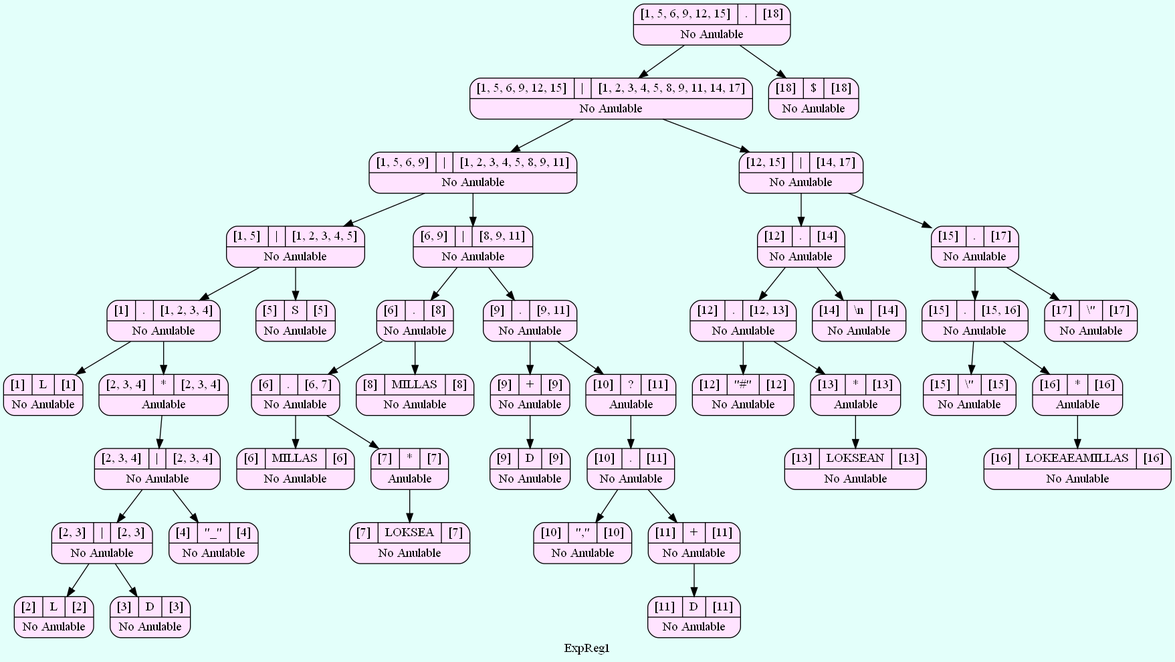
SergieArizandieta/OLC1-P1-202000119 keeps this Graphviz diagram as ARBOLES_202000119/Arbol_ExpReg1.png. Above is the earlier version. Its source is kept beside it as ARBOLES_202000119/Arbol_ExpReg1.dot. Its diagram source:
```dot
digraph structs {
  bgcolor = "#E3FFFA"
   node [shape=Mrecord fillcolor="#FFE3FF" style =filled];
label ="ExpReg1"
    struct1580161038    [label="{{[1, 5, 6, 9, 12, 15]|<here>.|[18]}|No Anulable}"];
    struct1580161038-> struct647659707
    struct647659707    [label="{{[1, 5, 6, 9, 12, 15]|<here>\||[1, 2, 3, 4, 5, 8, 9, 11, 14, 17]}|No Anulable}"];
    struct647659707-> struct775614227
    struct775614227    [label="{{[1, 5, 6, 9]|<here>\||[1, 2, 3, 4, 5, 8, 9, 11]}|No Anulable}"];
    struct775614227-> struct704249877
    struct704249877    [label="{{[1, 5]|<here>\||[1, 2, 3, 4, 5]}|No Anulable}"];
    struct704249877-> struct229753356
    struct229753356    [label="{{[1]|<here>.|[1, 2, 3, 4]}|No Anulable}"];
    struct229753356-> struct2145129561
    struct2145129561    [label="{{[1]|<here>L|[1]}|No Anulable}"];
    struct229753356-> struct107425478
    struct107425478    [label="{{[2, 3, 4]|<here>*|[2, 3, 4]}|Anulable}"];
    struct107425478-> struct2137287863
    struct2137287863    [label="{{[2, 3, 4]|<here>\||[2, 3, 4]}|No Anulable}"];
    struct2137287863-> struct2093375733
    struct2093375733    [label="{{[2, 3]|<here>\||[2, 3]}|No Anulable}"];
    struct2093375733-> struct1663553000
    struct1663553000    [label="{{[2]|<here>L|[2]}|No Anulable}"];
    struct2093375733-> struct1552539220
    struct1552539220    [label="{{[3]|<here>D|[3]}|No Anulable}"];
    struct2137287863-> struct13893798
    struct13893798    [label="{{[4]|<here>\"_\"|[4]}|No Anulable}"];
    struct704249877-> struct1331300737
    struct1331300737    [label="{{[5]|<here>S|[5]}|No Anulable}"];
    struct775614227-> struct315606287
    struct315606287    [label="{{[6, 9]|<here>\||[8, 9, 11]}|No Anulable}"];
    struct315606287-> struct10932860
    struct10932860    [label="{{[6]|<here>.|[8]}|No Anulable}"];
    struct10932860-> struct550970366
    struct550970366    [label="{{[6]|<here>.|[6, 7]}|No Anulable}"];
    struct550970366-> struct1063137380
    struct1063137380    [label="{{[6]|<here>MILLAS|[6]}|No Anulable}"];
    struct550970366-> struct1398111549
    struct1398111549    [label="{{[7]|<here>*|[7]}|Anulable}"];
    struct1398111549-> struct1708552217
    struct1708552217    [label="{{[7]|<here>LOKSEA|[7]}|No Anulable}"];
    struct10932860-> struct2089252750
    struct2089252750    [label="{{[8]|<here>MILLAS|[8]}|No Anulable}"];
    struct315606287-> struct840217962
    struct840217962    [label="{{[9]|<here>.|[9, 11]}|No Anulable}"];
    struct840217962-> struct1246796416
    struct1246796416    [label="{{[9]|<here>+|[9]}|No Anulable}"];
    struct1246796416-> struct475032939
    struct475032939    [label="{{[9]|<here>D|[9]}|No Anulable}"];
    struct840217962-> struct1529627240
    struct1529627240    [label="{{[10]|<here>?|[11]}|Anulable}"];
    struct1529627240-> struct1275331458
    struct1275331458    [label="{{[10]|<here>.|[11]}|No Anulable}"];
    struct1275331458-> struct47059992
    struct47059992    [label="{{[10]|<here>\",\"|[10]}|No Anulable}"];
    struct1275331458-> struct501881375
    struct501881375    [label="{{[11]|<here>+|[11]}|No Anulable}"];
    struct501881375-> struct611067080
    struct611067080    [label="{{[11]|<here>D|[11]}|No Anulable}"];
    struct647659707-> struct1209547732
    struct1209547732    [label="{{[12, 15]|<here>\||[14, 17]}|No Anulable}"];
    struct1209547732-> struct973379611
    struct973379611    [label="{{[12]|<here>.|[14]}|No Anulable}"];
    struct973379611-> struct2004047782
    struct2004047782    [label="{{[12]|<here>.|[12, 13]}|No Anulable}"];
    struct2004047782-> struct855402468
    struct855402468    [label="{{[12]|<here>\"#\"|[12]}|No Anulable}"];
    struct2004047782-> struct993213684
    struct993213684    [label="{{[13]|<here>*|[13]}|Anulable}"];
    struct993213684-> struct627687369
    struct627687369    [label="{{[13]|<here>LOKSEAN|[13]}|No Anulable}"];
    struct973379611-> struct1221198501
    struct1221198501    [label="{{[14]|<here>\\n|[14]}|No Anulable}"];
    struct1209547732-> struct433626911
    struct433626911    [label="{{[15]|<here>.|[17]}|No Anulable}"];
    struct433626911-> struct1001313356
    struct1001313356    [label="{{[15]|<here>.|[15, 16]}|No Anulable}"];
    struct1001313356-> struct1406247687
    struct1406247687    [label="{{[15]|<here>\\\"|[15]}|No Anulable}"];
    struct1001313356-> struct1268145394
    struct1268145394    [label="{{[16]|<here>*|[16]}|Anulable}"];
    struct1268145394-> struct376111864
    struct376111864    [label="{{[16]|<here>LOKEAEAMILLAS|[16]}|No Anulable}"];
    struct433626911-> struct1537915085
    struct1537915085    [label="{{[17]|<here>\\\"|[17]}|No Anulable}"];
    struct1580161038-> struct96334116
    struct96334116    [label="{{[18]|<here>$|[18]}|No Anulable}"];

}
```
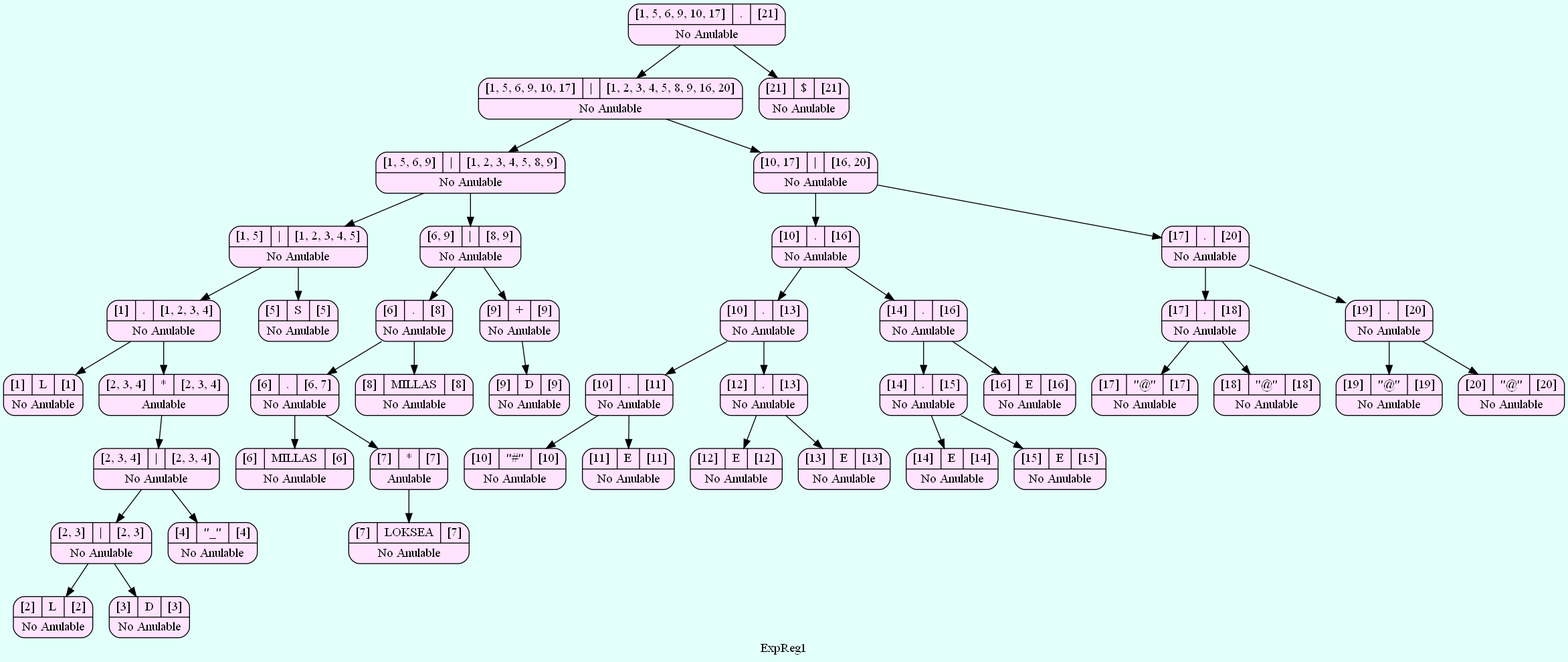
Later version of the same file.

The edit, as a diff of the source:
```diff
@@ -2,88 +2,92 @@
   bgcolor = "#E3FFFA"
    node [shape=Mrecord fillcolor="#FFE3FF" style =filled];
 label ="ExpReg1"
-    struct1580161038    [label="{{[1, 5, 6, 9, 12, 15]|<here>.|[18]}|No Anulable}"];
-    struct1580161038-> struct647659707
-    struct647659707    [label="{{[1, 5, 6, 9, 12, 15]|<here>\||[1, 2, 3, 4, 5, 8, 9, 11, 14, 17]}|No Anulable}"];
-    struct647659707-> struct775614227
-    struct775614227    [label="{{[1, 5, 6, 9]|<here>\||[1, 2, 3, 4, 5, 8, 9, 11]}|No Anulable}"];
-    struct775614227-> struct704249877
-    struct704249877    [label="{{[1, 5]|<here>\||[1, 2, 3, 4, 5]}|No Anulable}"];
-    struct704249877-> struct229753356
-    struct229753356    [label="{{[1]|<here>.|[1, 2, 3, 4]}|No Anulable}"];
-    struct229753356-> struct2145129561
-    struct2145129561    [label="{{[1]|<here>L|[1]}|No Anulable}"];
-    struct229753356-> struct107425478
-    struct107425478    [label="{{[2, 3, 4]|<here>*|[2, 3, 4]}|Anulable}"];
-    struct107425478-> struct2137287863
-    struct2137287863    [label="{{[2, 3, 4]|<here>\||[2, 3, 4]}|No Anulable}"];
-    struct2137287863-> struct2093375733
-    struct2093375733    [label="{{[2, 3]|<here>\||[2, 3]}|No Anulable}"];
-    struct2093375733-> struct1663553000
-    struct1663553000    [label="{{[2]|<here>L|[2]}|No Anulable}"];
-    struct2093375733-> struct1552539220
-    struct1552539220    [label="{{[3]|<here>D|[3]}|No Anulable}"];
-    struct2137287863-> struct13893798
-    struct13893798    [label="{{[4]|<here>\"_\"|[4]}|No Anulable}"];
-    struct704249877-> struct1331300737
-    struct1331300737    [label="{{[5]|<here>S|[5]}|No Anulable}"];
-    struct775614227-> struct315606287
-    struct315606287    [label="{{[6, 9]|<here>\||[8, 9, 11]}|No Anulable}"];
-    struct315606287-> struct10932860
-    struct10932860    [label="{{[6]|<here>.|[8]}|No Anulable}"];
-    struct10932860-> struct550970366
-    struct550970366    [label="{{[6]|<here>.|[6, 7]}|No Anulable}"];
-    struct550970366-> struct1063137380
-    struct1063137380    [label="{{[6]|<here>MILLAS|[6]}|No Anulable}"];
-    struct550970366-> struct1398111549
-    struct1398111549    [label="{{[7]|<here>*|[7]}|Anulable}"];
-    struct1398111549-> struct1708552217
-    struct1708552217    [label="{{[7]|<here>LOKSEA|[7]}|No Anulable}"];
-    struct10932860-> struct2089252750
-    struct2089252750    [label="{{[8]|<here>MILLAS|[8]}|No Anulable}"];
-    struct315606287-> struct840217962
-    struct840217962    [label="{{[9]|<here>.|[9, 11]}|No Anulable}"];
-    struct840217962-> struct1246796416
-    struct1246796416    [label="{{[9]|<here>+|[9]}|No Anulable}"];
-    struct1246796416-> struct475032939
-    struct475032939    [label="{{[9]|<here>D|[9]}|No Anulable}"];
-    struct840217962-> struct1529627240
-    struct1529627240    [label="{{[10]|<here>?|[11]}|Anulable}"];
-    struct1529627240-> struct1275331458
-    struct1275331458    [label="{{[10]|<here>.|[11]}|No Anulable}"];
-    struct1275331458-> struct47059992
-    struct47059992    [label="{{[10]|<here>\",\"|[10]}|No Anulable}"];
-    struct1275331458-> struct501881375
-    struct501881375    [label="{{[11]|<here>+|[11]}|No Anulable}"];
-    struct501881375-> struct611067080
-    struct611067080    [label="{{[11]|<here>D|[11]}|No Anulable}"];
-    struct647659707-> struct1209547732
-    struct1209547732    [label="{{[12, 15]|<here>\||[14, 17]}|No Anulable}"];
-    struct1209547732-> struct973379611
-    struct973379611    [label="{{[12]|<here>.|[14]}|No Anulable}"];
-    struct973379611-> struct2004047782
-    struct2004047782    [label="{{[12]|<here>.|[12, 13]}|No Anulable}"];
-    struct2004047782-> struct855402468
-    struct855402468    [label="{{[12]|<here>\"#\"|[12]}|No Anulable}"];
-    struct2004047782-> struct993213684
-    struct993213684    [label="{{[13]|<here>*|[13]}|Anulable}"];
-    struct993213684-> struct627687369
-    struct627687369    [label="{{[13]|<here>LOKSEAN|[13]}|No Anulable}"];
-    struct973379611-> struct1221198501
-    struct1221198501    [label="{{[14]|<here>\\n|[14]}|No Anulable}"];
-    struct1209547732-> struct433626911
-    struct433626911    [label="{{[15]|<here>.|[17]}|No Anulable}"];
-    struct433626911-> struct1001313356
-    struct1001313356    [label="{{[15]|<here>.|[15, 16]}|No Anulable}"];
-    struct1001313356-> struct1406247687
-    struct1406247687    [label="{{[15]|<here>\\\"|[15]}|No Anulable}"];
-    struct1001313356-> struct1268145394
-    struct1268145394    [label="{{[16]|<here>*|[16]}|Anulable}"];
-    struct1268145394-> struct376111864
-    struct376111864    [label="{{[16]|<here>LOKEAEAMILLAS|[16]}|No Anulable}"];
-    struct433626911-> struct1537915085
-    struct1537915085    [label="{{[17]|<here>\\\"|[17]}|No Anulable}"];
-    struct1580161038-> struct96334116
-    struct96334116    [label="{{[18]|<here>$|[18]}|No Anulable}"];
+    struct1206078524    [label="{{[1, 5, 6, 9, 10, 17]|<here>.|[21]}|No Anulable}"];
+    struct1206078524-> struct106155328
+    struct106155328    [label="{{[1, 5, 6, 9, 10, 17]|<here>\||[1, 2, 3, 4, 5, 8, 9, 16, 20]}|No Anulable}"];
+    struct106155328-> struct700949311
+    struct700949311    [label="{{[1, 5, 6, 9]|<here>\||[1, 2, 3, 4, 5, 8, 9]}|No Anulable}"];
+    struct700949311-> struct1334115589
+    struct1334115589    [label="{{[1, 5]|<here>\||[1, 2, 3, 4, 5]}|No Anulable}"];
+    struct1334115589-> struct316398181
+    struct316398181    [label="{{[1]|<here>.|[1, 2, 3, 4]}|No Anulable}"];
+    struct316398181-> struct175783091
+    struct175783091    [label="{{[1]|<here>L|[1]}|No Anulable}"];
+    struct316398181-> struct514898072
+    struct514898072    [label="{{[2, 3, 4]|<here>*|[2, 3, 4]}|Anulable}"];
+    struct514898072-> struct1991508638
+    struct1991508638    [label="{{[2, 3, 4]|<here>\||[2, 3, 4]}|No Anulable}"];
+    struct1991508638-> struct988870367
+    struct988870367    [label="{{[2, 3]|<here>\||[2, 3]}|No Anulable}"];
+    struct988870367-> struct1639238294
+    struct1639238294    [label="{{[2]|<here>L|[2]}|No Anulable}"];
+    struct988870367-> struct2052840000
+    struct2052840000    [label="{{[3]|<here>D|[3]}|No Anulable}"];
+    struct1991508638-> struct741181287
+    struct741181287    [label="{{[4]|<here>\"_\"|[4]}|No Anulable}"];
+    struct1334115589-> struct299293235
+    struct299293235    [label="{{[5]|<here>S|[5]}|No Anulable}"];
+    struct700949311-> struct1450263269
+    struct1450263269    [label="{{[6, 9]|<here>\||[8, 9]}|No Anulable}"];
+    struct1450263269-> struct1918639025
+    struct1918639025    [label="{{[6]|<here>.|[8]}|No Anulable}"];
+    struct1918639025-> struct847948834
+    struct847948834    [label="{{[6]|<here>.|[6, 7]}|No Anulable}"];
+    struct847948834-> struct355135234
+    struct355135234    [label="{{[6]|<here>MILLAS|[6]}|No Anulable}"];
+    struct847948834-> struct1234235688
+    struct1234235688    [label="{{[7]|<here>*|[7]}|Anulable}"];
+    struct1234235688-> struct1526983224
+    struct1526983224    [label="{{[7]|<here>LOKSEA|[7]}|No Anulable}"];
+    struct1918639025-> struct1016051398
+    struct1016051398    [label="{{[8]|<here>MILLAS|[8]}|No Anulable}"];
+    struct1450263269-> struct2115968170
+    struct2115968170    [label="{{[9]|<here>+|[9]}|No Anulable}"];
+    struct2115968170-> struct818457584
+    struct818457584    [label="{{[9]|<here>D|[9]}|No Anulable}"];
+    struct106155328-> struct1960760827
+    struct1960760827    [label="{{[10, 17]|<here>\||[16, 20]}|No Anulable}"];
+    struct1960760827-> struct900097056
+    struct900097056    [label="{{[10]|<here>.|[16]}|No Anulable}"];
+    struct900097056-> struct861590642
+    struct861590642    [label="{{[10]|<here>.|[13]}|No Anulable}"];
+    struct861590642-> struct1186492098
+    struct1186492098    [label="{{[10]|<here>.|[11]}|No Anulable}"];
+    struct1186492098-> struct1145772771
+    struct1145772771    [label="{{[10]|<here>\"#\"|[10]}|No Anulable}"];
+    struct1186492098-> struct1120592174
+    struct1120592174    [label="{{[11]|<here>E|[11]}|No Anulable}"];
+    struct861590642-> struct668353601
+    struct668353601    [label="{{[12]|<here>.|[13]}|No Anulable}"];
+    struct668353601-> struct580775943
+    struct580775943    [label="{{[12]|<here>E|[12]}|No Anulable}"];
+    struct668353601-> struct1050507957
+    struct1050507957    [label="{{[13]|<here>E|[13]}|No Anulable}"];
+    struct900097056-> struct734736345
+    struct734736345    [label="{{[14]|<here>.|[16]}|No Anulable}"];
+    struct734736345-> struct1051361965
+    struct1051361965    [label="{{[14]|<here>.|[15]}|No Anulable}"];
+    struct1051361965-> struct1945784503
+    struct1945784503    [label="{{[14]|<here>E|[14]}|No Anulable}"];
+    struct1051361965-> struct644334767
+    struct644334767    [label="{{[15]|<here>E|[15]}|No Anulable}"];
+    struct734736345-> struct1411416669
+    struct1411416669    [label="{{[16]|<here>E|[16]}|No Anulable}"];
+    struct1960760827-> struct1056300446
+    struct1056300446    [label="{{[17]|<here>.|[20]}|No Anulable}"];
+    struct1056300446-> struct522931487
+    struct522931487    [label="{{[17]|<here>.|[18]}|No Anulable}"];
+    struct522931487-> struct133275881
+    struct133275881    [label="{{[17]|<here>\"@\"|[17]}|No Anulable}"];
+    struct522931487-> struct1469315104
+    struct1469315104    [label="{{[18]|<here>\"@\"|[18]}|No Anulable}"];
+    struct1056300446-> struct1192937057
+    struct1192937057    [label="{{[19]|<here>.|[20]}|No Anulable}"];
+    struct1192937057-> struct43788328
+    struct43788328    [label="{{[19]|<here>\"@\"|[19]}|No Anulable}"];
+    struct1192937057-> struct148911738
+    struct148911738    [label="{{[20]|<here>\"@\"|[20]}|No Anulable}"];
+    struct1206078524-> struct1081773502
+    struct1081773502    [label="{{[21]|<here>$|[21]}|No Anulable}"];
 
 }
```
